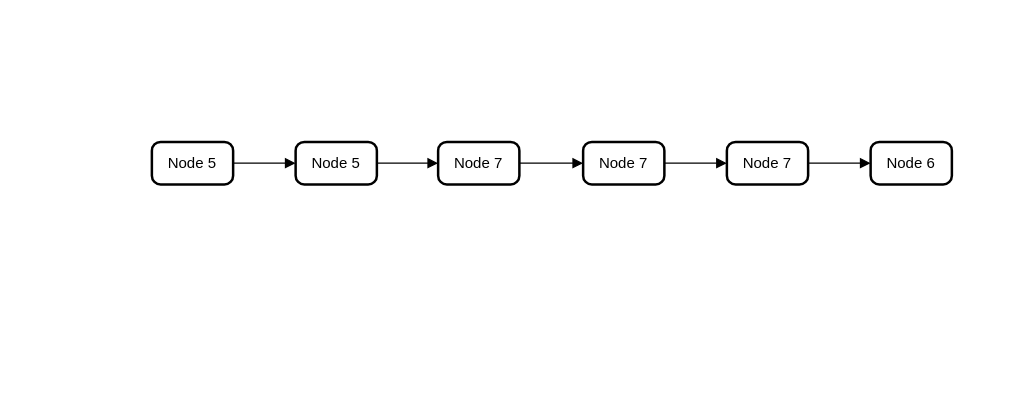
Earlier version of the draw.io diagram Longest Streak of Linked List.drawio (NotDiego7/DSA). Source tidied: cells renumbered, new cells numbered last; positions are measured from the earlier drawing's top-left corner, leaving out a move shared by most shapes. Both pictures are drawn from the tidied source at 125%, with x=0, y=0 at pixel (151, 141).
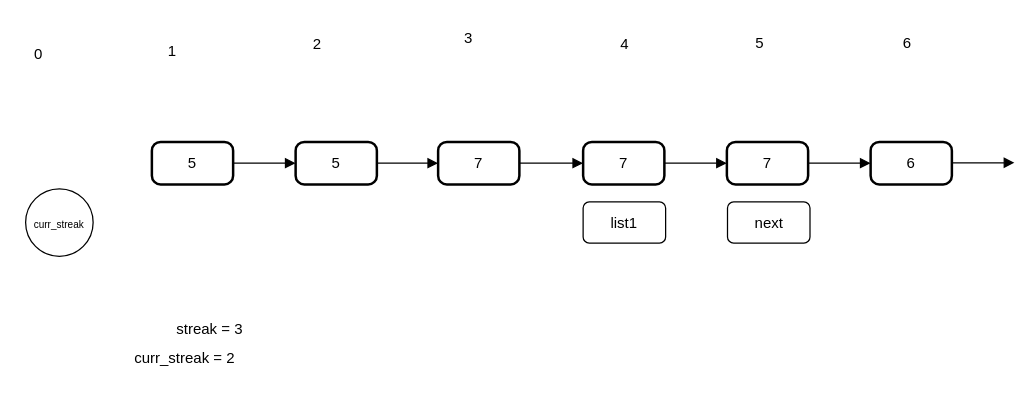
The same diagram, later.

Change to the diagram source:
```diff
@@
-    <mxCell id="2" value="Node 5" style="rounded=1;absoluteArcSize=1;arcSize=14;whiteSpace=wrap;strokeWidth=2;" parent="1" vertex="1">
+    <mxCell id="2" value="5" style="rounded=1;absoluteArcSize=1;arcSize=14;whiteSpace=wrap;strokeWidth=2;" parent="1" vertex="1">
       <mxGeometry width="65" height="34" as="geometry" />
     </mxCell>
-    <mxCell id="3" value="Node 5" style="rounded=1;absoluteArcSize=1;arcSize=14;whiteSpace=wrap;strokeWidth=2;" parent="1" vertex="1">
+    <mxCell id="3" value="5" style="rounded=1;absoluteArcSize=1;arcSize=14;whiteSpace=wrap;strokeWidth=2;" parent="1" vertex="1">
       <mxGeometry x="115" width="65" height="34" as="geometry" />
     </mxCell>
-    <mxCell id="4" value="Node 7" style="rounded=1;absoluteArcSize=1;arcSize=14;whiteSpace=wrap;strokeWidth=2;" parent="1" vertex="1">
+    <mxCell id="4" value="7" style="rounded=1;absoluteArcSize=1;arcSize=14;whiteSpace=wrap;strokeWidth=2;" parent="1" vertex="1">
       <mxGeometry x="229" width="65" height="34" as="geometry" />
     </mxCell>
-    <mxCell id="5" value="Node 7" style="rounded=1;absoluteArcSize=1;arcSize=14;whiteSpace=wrap;strokeWidth=2;" parent="1" vertex="1">
+    <mxCell id="5" value="7" style="rounded=1;absoluteArcSize=1;arcSize=14;whiteSpace=wrap;strokeWidth=2;" parent="1" vertex="1">
       <mxGeometry x="345" width="65" height="34" as="geometry" />
     </mxCell>
-    <mxCell id="6" value="Node 7" style="rounded=1;absoluteArcSize=1;arcSize=14;whiteSpace=wrap;strokeWidth=2;" parent="1" vertex="1">
+    <mxCell id="6" value="7" style="rounded=1;absoluteArcSize=1;arcSize=14;whiteSpace=wrap;strokeWidth=2;" parent="1" vertex="1">
       <mxGeometry x="460" width="65" height="34" as="geometry" />
     </mxCell>
-    <mxCell id="7" value="Node 6" style="rounded=1;absoluteArcSize=1;arcSize=14;whiteSpace=wrap;strokeWidth=2;" parent="1" vertex="1">
+    <mxCell id="7" value="6" style="rounded=1;absoluteArcSize=1;arcSize=14;whiteSpace=wrap;strokeWidth=2;" parent="1" vertex="1">
       <mxGeometry x="575" width="65" height="34" as="geometry" />
     </mxCell>
@@
+    <mxCell id="13" value="list1" style="rounded=1;whiteSpace=wrap;html=1;" parent="1" vertex="1">
+      <mxGeometry x="345" y="48" width="66" height="33" as="geometry" />
+    </mxCell>
+    <mxCell id="14" value="next" style="rounded=1;whiteSpace=wrap;html=1;" parent="1" vertex="1">
+      <mxGeometry x="460.5" y="48" width="66" height="33" as="geometry" />
+    </mxCell>
+    <mxCell id="15" value="streak = 3" style="text;html=1;align=center;verticalAlign=middle;strokeColor=none;fillColor=none;" parent="1" vertex="1">
+      <mxGeometry x="10" y="137" width="71" height="26" as="geometry" />
+    </mxCell>
+    <mxCell id="16" style="curved=1;startArrow=none;endArrow=block;exitX=1.0013221153846155;exitY=0.5;entryX=0.0013221153846153847;entryY=0.5;" parent="1" edge="1">
+      <mxGeometry relative="1" as="geometry">
+        <mxPoint x="640" y="16.7" as="sourcePoint" />
+        <mxPoint x="690" y="16.7" as="targetPoint" />
+      </mxGeometry>
+    </mxCell>
+    <mxCell id="17" value="&lt;font style=&quot;font-size: 8px;&quot;&gt;curr_streak&lt;/font&gt;" style="ellipse;whiteSpace=wrap;html=1;" parent="1" vertex="1">
+      <mxGeometry x="-101" y="37.5" width="54" height="54" as="geometry" />
+    </mxCell>
+    <mxCell id="18" value="1" style="text;html=1;align=center;verticalAlign=middle;strokeColor=none;fillColor=none;" parent="1" vertex="1">
+      <mxGeometry x="3" y="-85" width="25" height="26" as="geometry" />
+    </mxCell>
+    <mxCell id="19" value="2" style="text;html=1;align=center;verticalAlign=middle;strokeColor=none;fillColor=none;" parent="1" vertex="1">
+      <mxGeometry x="119" y="-91" width="25" height="26" as="geometry" />
+    </mxCell>
+    <mxCell id="20" value="3" style="text;html=1;align=center;verticalAlign=middle;strokeColor=none;fillColor=none;" parent="1" vertex="1">
+      <mxGeometry x="240" y="-96" width="25" height="26" as="geometry" />
+    </mxCell>
+    <mxCell id="21" value="4" style="text;html=1;align=center;verticalAlign=middle;strokeColor=none;fillColor=none;" parent="1" vertex="1">
+      <mxGeometry x="365" y="-91" width="25" height="26" as="geometry" />
+    </mxCell>
+    <mxCell id="22" value="5" style="text;html=1;align=center;verticalAlign=middle;strokeColor=none;fillColor=none;" parent="1" vertex="1">
+      <mxGeometry x="473" y="-92" width="25" height="26" as="geometry" />
+    </mxCell>
+    <mxCell id="23" value="6" style="text;html=1;align=center;verticalAlign=middle;strokeColor=none;fillColor=none;" parent="1" vertex="1">
+      <mxGeometry x="591" y="-92" width="25" height="26" as="geometry" />
+    </mxCell>
+    <mxCell id="24" value="0&lt;br&gt;" style="text;html=1;align=center;verticalAlign=middle;strokeColor=none;fillColor=none;" parent="1" vertex="1">
+      <mxGeometry x="-104" y="-83" width="25" height="26" as="geometry" />
+    </mxCell>
+    <mxCell id="25" value="curr_streak = 2" style="text;html=1;align=center;verticalAlign=middle;strokeColor=none;fillColor=none;" parent="1" vertex="1">
+      <mxGeometry x="-23" y="160" width="98" height="26" as="geometry" />
+    </mxCell>
```
